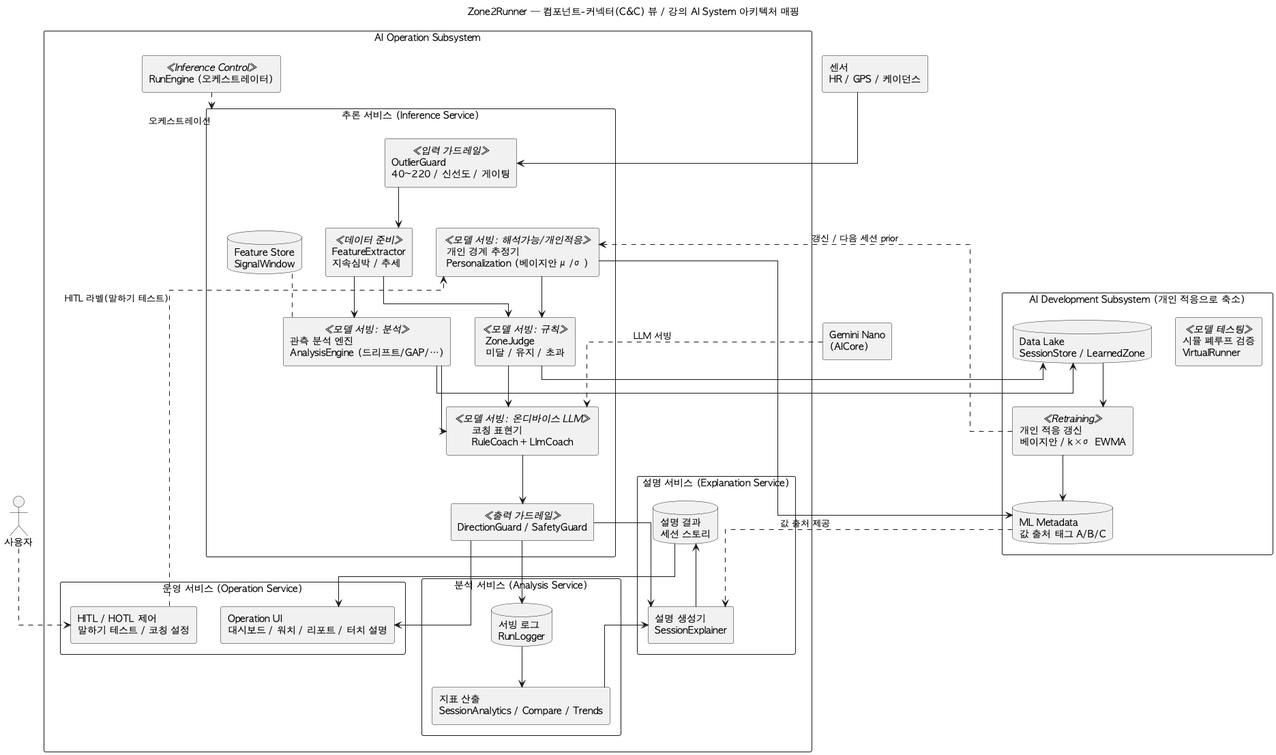
Before: arch/diagrams/02-component-cnc.png, a diagram exported from PlantUML (tenyearslove/zone2runner).
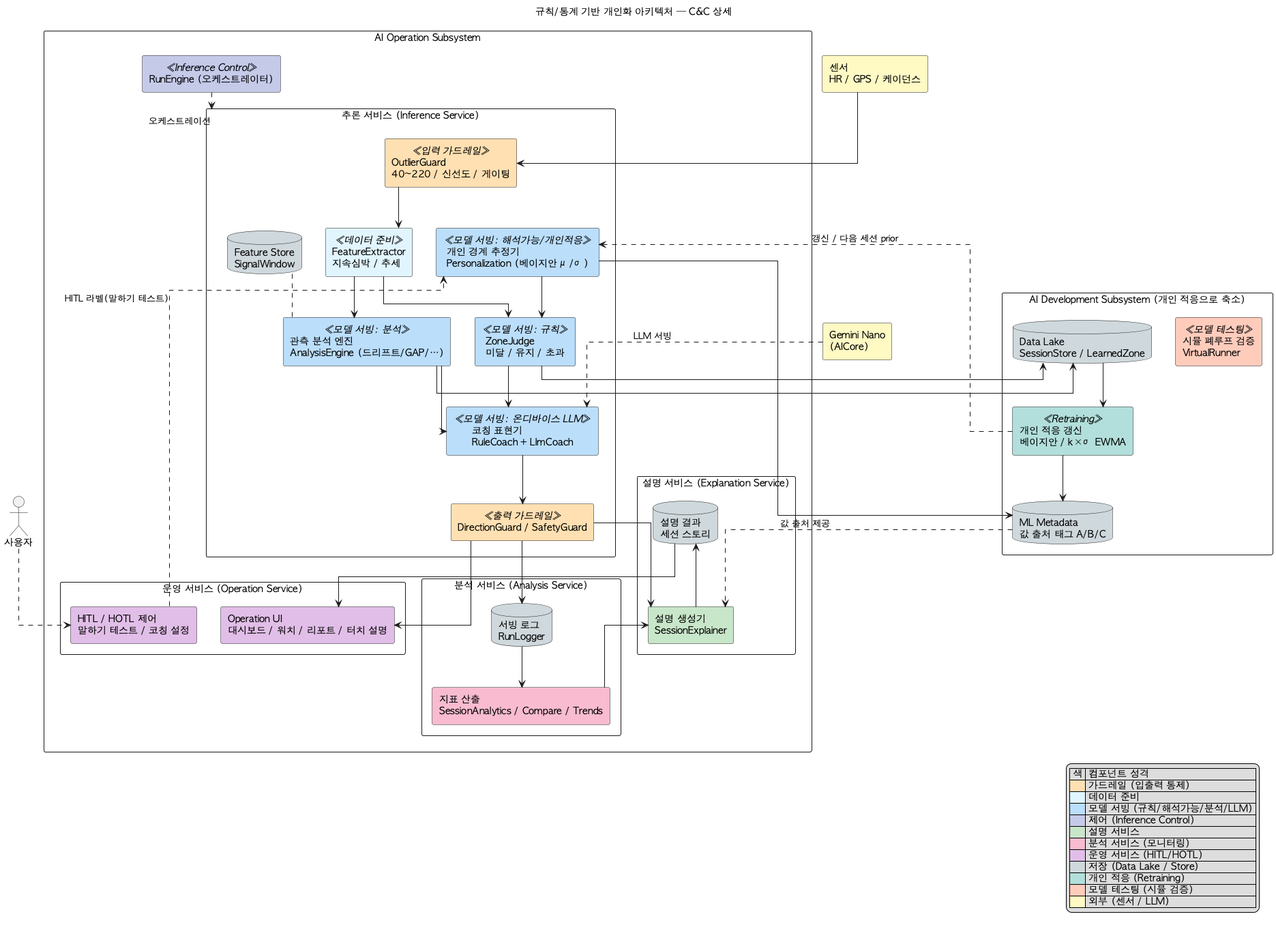
After the commit.

The edit, as a diff of the source:
```diff
@@ -1,5 +1,5 @@
 @startuml
-title Zone2Runner — 컴포넌트-커넥터(C&C) 뷰 / 강의 AI System 아키텍처 매핑
+title 규칙/통계 기반 개인화 아키텍처 — C&C 상세
 skinparam defaultFontName "AppleGothic"
 skinparam componentStyle rectangle
 skinparam shadowing false
@@ -7,45 +7,45 @@
 skinparam linetype ortho
 
 actor "사용자" as User
-component "센서\nHR / GPS / 케이던스" as Sensors
-component "Gemini Nano\n(AICore)" as Nano
+component "센서\nHR / GPS / 케이던스" as Sensors #FFF9C4
+component "Gemini Nano\n(AICore)" as Nano #FFF9C4
 
 package "AI Operation Subsystem" {
 
   package "추론 서비스 (Inference Service)" as INF {
-    component "OutlierGuard\n40~220 / 신선도 / 게이팅" <<입력 가드레일>> as IG
-    component "FeatureExtractor\n지속심박 / 추세" <<데이터 준비>> as FE
-    component "ZoneJudge\n미달 / 유지 / 초과" <<모델 서빙: 규칙>> as JUDGE
-    component "개인 경계 추정기\nPersonalization (베이지안 μ/σ)" <<모델 서빙: 해석가능/개인적응>> as BND
-    component "관측 분석 엔진\nAnalysisEngine (드리프트/GAP/…)" <<모델 서빙: 분석>> as ANA
-    component "코칭 표현기\nRuleCoach + LlmCoach" <<모델 서빙: 온디바이스 LLM>> as COACH
-    component "DirectionGuard / SafetyGuard" <<출력 가드레일>> as OG
-    database "Feature Store\nSignalWindow" as FS
+    component "OutlierGuard\n40~220 / 신선도 / 게이팅" <<입력 가드레일>> as IG #FFE0B2
+    component "FeatureExtractor\n지속심박 / 추세" <<데이터 준비>> as FE #E1F5FE
+    component "ZoneJudge\n미달 / 유지 / 초과" <<모델 서빙: 규칙>> as JUDGE #BBDEFB
+    component "개인 경계 추정기\nPersonalization (베이지안 μ/σ)" <<모델 서빙: 해석가능/개인적응>> as BND #BBDEFB
+    component "관측 분석 엔진\nAnalysisEngine (드리프트/GAP/…)" <<모델 서빙: 분석>> as ANA #BBDEFB
+    component "코칭 표현기\nRuleCoach + LlmCoach" <<모델 서빙: 온디바이스 LLM>> as COACH #BBDEFB
+    component "DirectionGuard / SafetyGuard" <<출력 가드레일>> as OG #FFE0B2
+    database "Feature Store\nSignalWindow" as FS #CFD8DC
   }
 
-  component "RunEngine (오케스트레이터)" <<Inference Control>> as ENG
+  component "RunEngine (오케스트레이터)" <<Inference Control>> as ENG #C5CAE9
 
   package "설명 서비스 (Explanation Service)" as EXP {
-    component "설명 생성기\nSessionExplainer" as EGEN
-    database "설명 결과\n세션 스토리" as ERES
+    component "설명 생성기\nSessionExplainer" as EGEN #C8E6C9
+    database "설명 결과\n세션 스토리" as ERES #CFD8DC
   }
 
   package "분석 서비스 (Analysis Service)" as ANASVC {
-    database "서빙 로그\nRunLogger" as SLOG
-    component "지표 산출\nSessionAnalytics / Compare / Trends" as MCALC
+    database "서빙 로그\nRunLogger" as SLOG #CFD8DC
+    component "지표 산출\nSessionAnalytics / Compare / Trends" as MCALC #F8BBD0
   }
 
   package "운영 서비스 (Operation Service)" as OPSVC {
-    component "Operation UI\n대시보드 / 워치 / 리포트 / 터치 설명" as UI
-    component "HITL / HOTL 제어\n말하기 테스트 / 코칭 설정" as CTRL
+    component "Operation UI\n대시보드 / 워치 / 리포트 / 터치 설명" as UI #E1BEE7
+    component "HITL / HOTL 제어\n말하기 테스트 / 코칭 설정" as CTRL #E1BEE7
   }
 }
 
 package "AI Development Subsystem (개인 적응으로 축소)" as DEV {
-  component "개인 적응 갱신\n베이지안 / k×σ EWMA" <<Retraining>> as ADAPT
-  database "Data Lake\nSessionStore / LearnedZone" as DLAKE
-  database "ML Metadata\n값 출처 태그 A/B/C" as META
-  component "시뮬 폐루프 검증\nVirtualRunner" <<모델 테스팅>> as SIM
+  component "개인 적응 갱신\n베이지안 / k×σ EWMA" <<Retraining>> as ADAPT #B2DFDB
+  database "Data Lake\nSessionStore / LearnedZone" as DLAKE #CFD8DC
+  database "ML Metadata\n값 출처 태그 A/B/C" as META #CFD8DC
+  component "시뮬 폐루프 검증\nVirtualRunner" <<모델 테스팅>> as SIM #FFCCBC
 }
 
 Sensors --> IG
@@ -77,4 +77,19 @@
 DLAKE --> ADAPT
 ADAPT ..> BND : 갱신 / 다음 세션 prior
 ADAPT --> META
+
+legend right
+|= 색 |= 컴포넌트 성격 |
+|<#FFE0B2>| 가드레일 (입출력 통제) |
+|<#E1F5FE>| 데이터 준비 |
+|<#BBDEFB>| 모델 서빙 (규칙/해석가능/분석/LLM) |
+|<#C5CAE9>| 제어 (Inference Control) |
+|<#C8E6C9>| 설명 서비스 |
+|<#F8BBD0>| 분석 서비스 (모니터링) |
+|<#E1BEE7>| 운영 서비스 (HITL/HOTL) |
+|<#CFD8DC>| 저장 (Data Lake / Store) |
+|<#B2DFDB>| 개인 적응 (Retraining) |
+|<#FFCCBC>| 모델 테스팅 (시뮬 검증) |
+|<#FFF9C4>| 외부 (센서 / LLM) |
+endlegend
 @enduml
```
